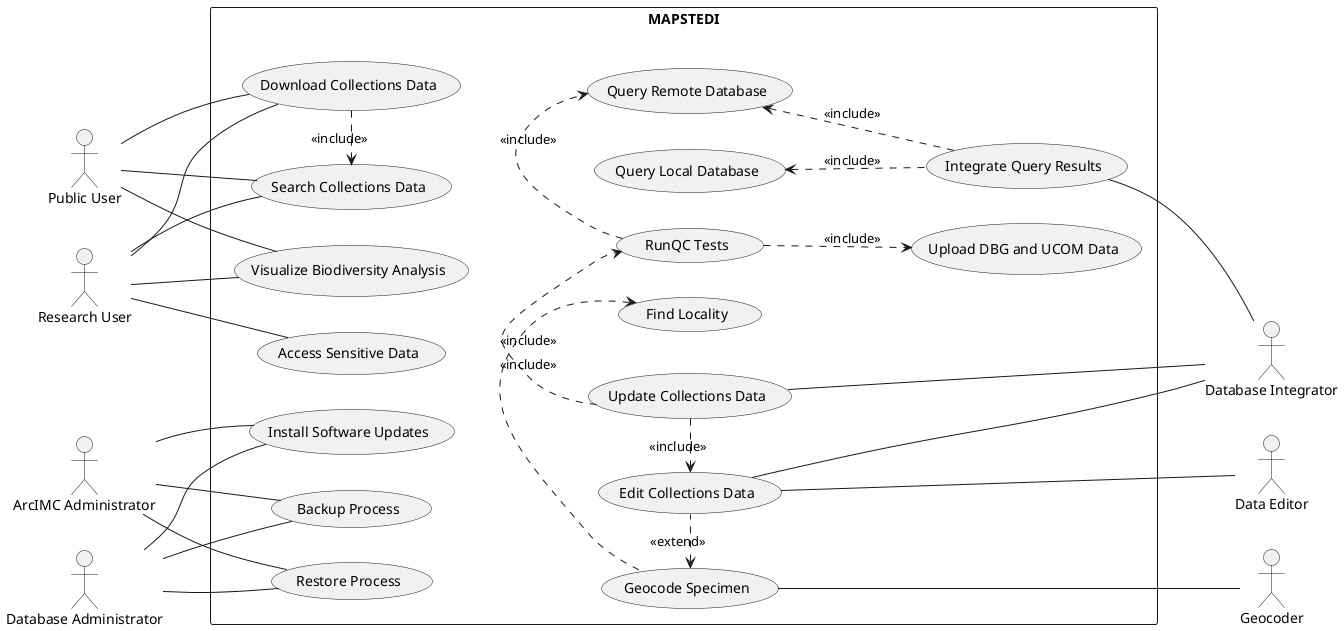
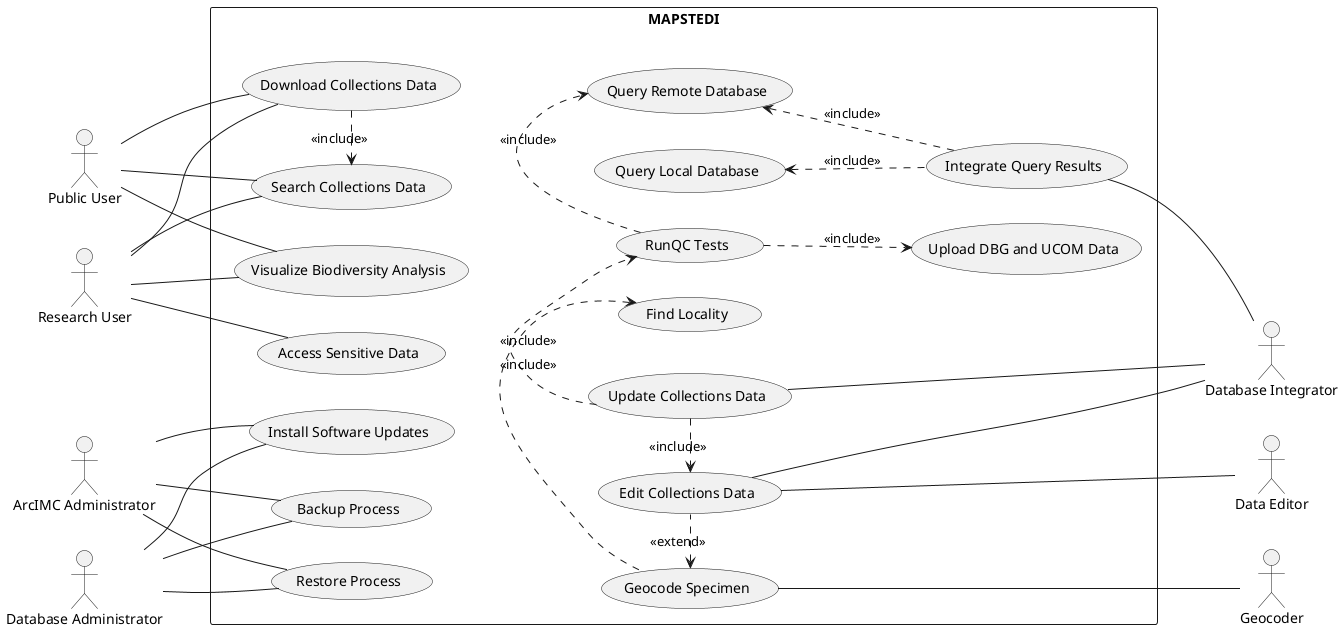
@startuml MAPSTEDI_UseCaseModel

left to right direction

' ---------- Actors ----------
actor "Public User"            as PublicUser
actor "Research User"          as ResearchUser

actor "ArcIMC Administrator"   as ArcIMCAdmin
actor "Database Administrator" as DBAdmin

together {
  actor "Geocoder"               as Geocoder
  actor "Database Integrator"    as DBIntegrator
  actor "Data Editor"            as DataEditor
}

rectangle MAPSTEDI {

  ' ----- Database Access -----
  together {
    together {
      usecase "Download Collections Data"       as UC_Download
      usecase "Search Collections Data"         as UC_Search
    }
    usecase "Visualize Biodiversity Analysis" as UC_Visualize
    usecase "Access Sensitive Data"           as UC_AccessSensitive
  }

  together {
    ' ----- Administrative Process -----
    usecase "Backup Process"           as UC_Backup
    usecase "Restore Process"          as UC_Restore
    usecase "Install Software Updates" as UC_Install
  }

-   together {
+   usecase "RunQC Tests"              as UC_RunQC
+   usecase "Query Remote Database" as UC_QueryRemote

-     together {
-       usecase "RunQC Tests"              as UC_RunQC
-       usecase "Query Remote Database" as UC_QueryRemote
-     }
+   usecase "Upload DBG and UCOM Data" as UC_Upload

-     usecase "Upload DBG and UCOM Data" as UC_Upload
+   usecase "Integrate Query Results"  as UC_Integrate

-     usecase "Integrate Query Results"  as UC_Integrate
+   usecase "Query Local Database"  as UC_QueryLocal

-     usecase "Query Local Database"  as UC_QueryLocal
+   ' ----- Database Edits -----
+   usecase "Edit Collections Data"    as UC_Edit
+   usecase "Update Collections Data"  as UC_Update

-     ' ----- Database Edits -----
-     usecase "Edit Collections Data"    as UC_Edit
-     usecase "Update Collections Data"  as UC_Update
- 
-     together {
-       usecase "Geocode Specimen" as UC_Geocode
-       usecase "Find Locality"    as UC_FindLocality
-     }
-   }
+   usecase "Geocode Specimen" as UC_Geocode
+   usecase "Find Locality"    as UC_FindLocality
}

' ---------- Actor associations ----------
PublicUser   -- UC_Download
PublicUser   -- UC_Search
PublicUser   -- UC_Visualize

ResearchUser -- UC_Download
ResearchUser -- UC_Search
ResearchUser -- UC_Visualize
ResearchUser -- UC_AccessSensitive

ArcIMCAdmin  -- UC_Backup
ArcIMCAdmin  -- UC_Restore
ArcIMCAdmin  -- UC_Install

DBAdmin      -- UC_Backup
DBAdmin      -- UC_Restore
DBAdmin      -- UC_Install

DBIntegrator -u- UC_Integrate
DBIntegrator -u- UC_Update
DBIntegrator -u- UC_Edit

Geocoder     -u- UC_Geocode
DataEditor   -u- UC_Edit

' ---------- Include / Extend ----------
- UC_Download    .r.> UC_Search       : <<include>>
+ UC_Download    ..r..> UC_Search       : <<include>>

UC_Integrate   .u.> UC_QueryLocal   : <<include>>
UC_Integrate   .u.> UC_QueryRemote  : <<include>>
UC_Update      .r.> UC_Edit         : <<include>>
UC_Update      .r.> UC_RunQC        : <<include>>

UC_RunQC       .r.> UC_QueryRemote  : <<include>>
UC_RunQC       .d.> UC_Upload       : <<include>>

UC_Edit        .l.> UC_Geocode      : <<extend>>
UC_Geocode     .l.> UC_FindLocality : <<include>>

UC_Search -[hidden]d-> UC_QueryLocal
UC_Restore -[hidden]-> UC_FindLocality
UC_Integrate -[hidden]l-> UC_Upload
+ 
@enduml
